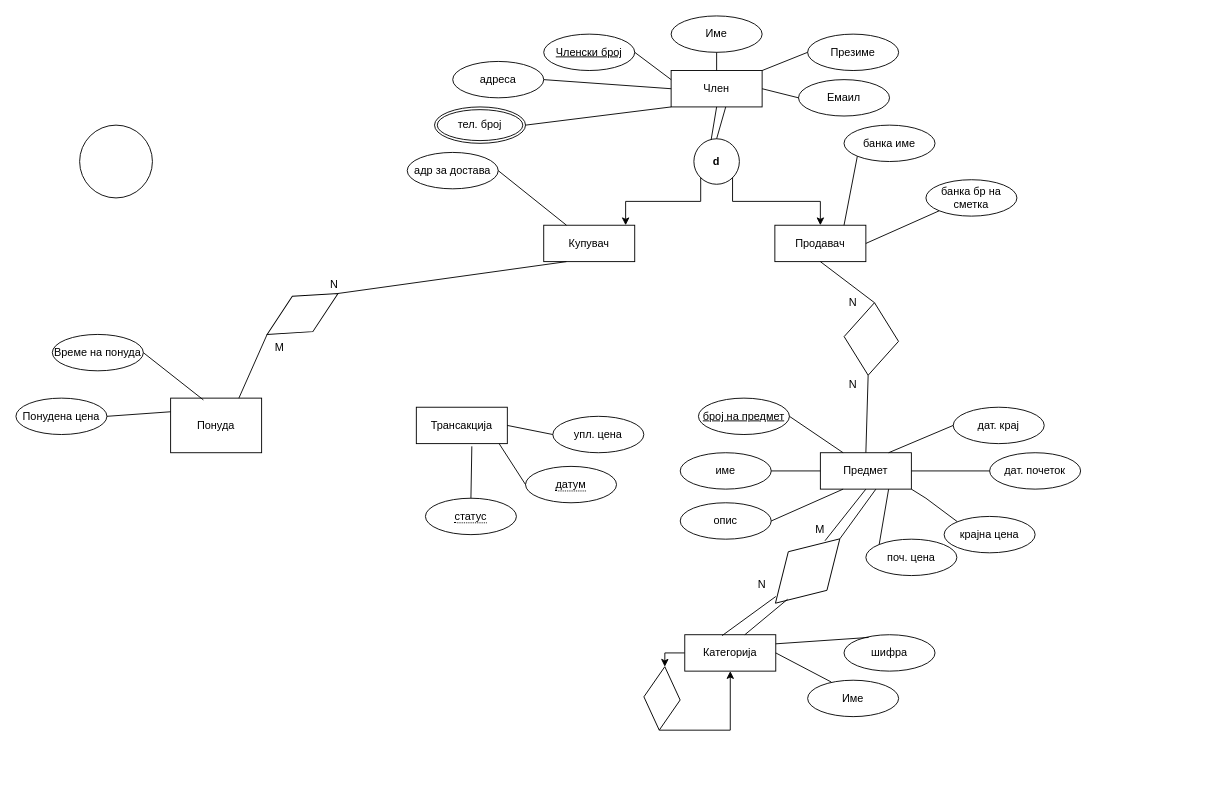
Earlier version of the draw.io diagram Untitled Diagram.drawio (drajver5siti/enterpriseleague-task). Source tidied: cells renumbered, new cells numbered last; positions are measured from the earlier drawing's top-left corner, leaving out a move shared by most shapes. Both pictures are drawn from the tidied source at 91%, with x=0, y=0 at pixel (15, 15).
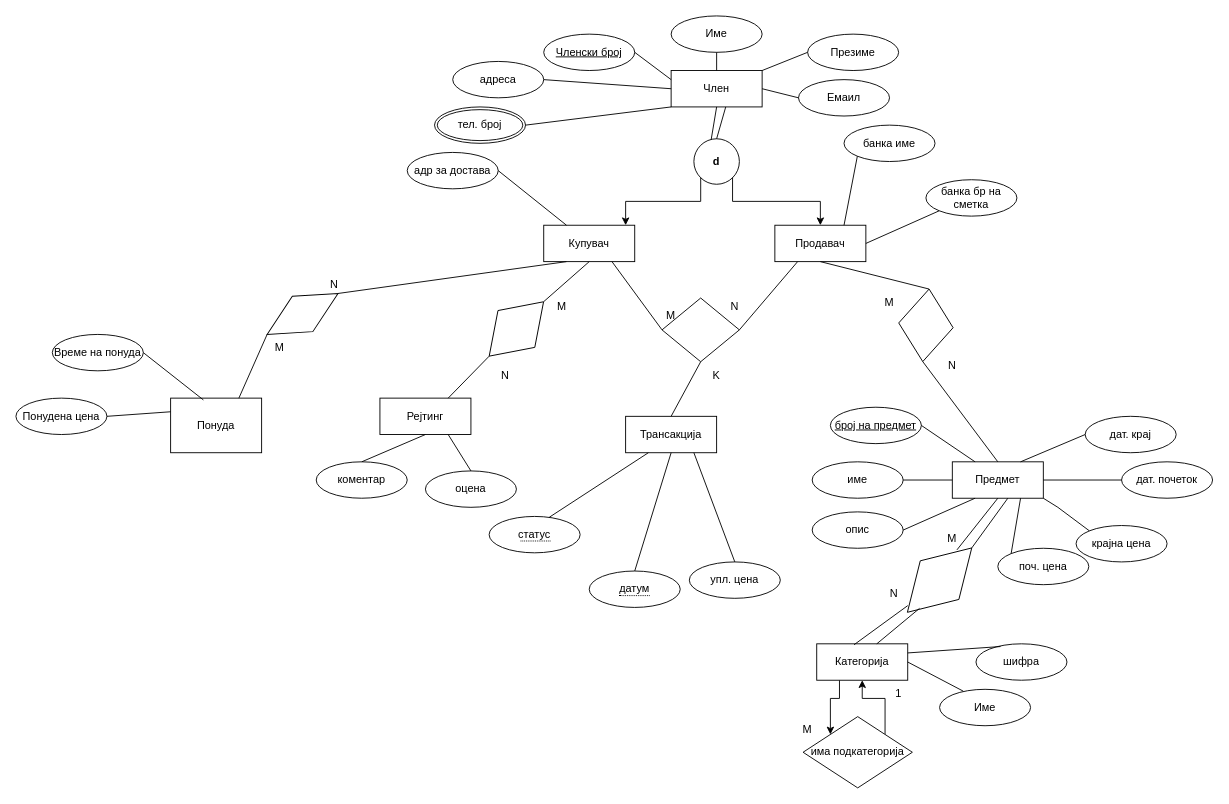
After the change.

The change refers to these unchanged cells:
```xml
<mxCell id="9" value="Купувач" style="whiteSpace=wrap;html=1;align=center;" parent="1" vertex="1">
  <mxGeometry x="580" y="230" width="100" height="40" as="geometry" />
</mxCell>
<mxCell id="10" value="Продавач" style="whiteSpace=wrap;html=1;align=center;" parent="1" vertex="1">
  <mxGeometry x="834" y="230" width="100" height="40" as="geometry" />
</mxCell>
```

Change to the diagram source:
```diff
@@
     <mxCell id="14" value="Предмет" style="whiteSpace=wrap;html=1;align=center;" parent="1" vertex="1">
-      <mxGeometry x="884" y="480" width="100" height="40" as="geometry" />
+      <mxGeometry x="1029" y="490" width="100" height="40" as="geometry" />
     </mxCell>
     <mxCell id="15" value="број на предмет" style="ellipse;whiteSpace=wrap;html=1;align=center;fontStyle=4;" parent="1" vertex="1">
-      <mxGeometry x="750" y="420" width="100" height="40" as="geometry" />
+      <mxGeometry x="895" y="430" width="100" height="40" as="geometry" />
     </mxCell>
     <mxCell id="16" value="име" style="ellipse;whiteSpace=wrap;html=1;align=center;" parent="1" vertex="1">
-      <mxGeometry x="730" y="480" width="100" height="40" as="geometry" />
+      <mxGeometry x="875" y="490" width="100" height="40" as="geometry" />
     </mxCell>
     <mxCell id="17" value="опис" style="ellipse;whiteSpace=wrap;html=1;align=center;" parent="1" vertex="1">
-      <mxGeometry x="730" y="535" width="100" height="40" as="geometry" />
+      <mxGeometry x="875" y="545" width="100" height="40" as="geometry" />
     </mxCell>
     <mxCell id="18" value="поч. цена" style="ellipse;whiteSpace=wrap;html=1;align=center;" parent="1" vertex="1">
-      <mxGeometry x="934" y="575" width="100" height="40" as="geometry" />
+      <mxGeometry x="1079" y="585" width="100" height="40" as="geometry" />
     </mxCell>
     <mxCell id="19" value="крајна цена" style="ellipse;whiteSpace=wrap;html=1;align=center;" parent="1" vertex="1">
-      <mxGeometry x="1020" y="550" width="100" height="40" as="geometry" />
+      <mxGeometry x="1165" y="560" width="100" height="40" as="geometry" />
     </mxCell>
     <mxCell id="20" value="дат. почеток" style="ellipse;whiteSpace=wrap;html=1;align=center;" parent="1" vertex="1">
-      <mxGeometry x="1070" y="480" width="100" height="40" as="geometry" />
+      <mxGeometry x="1215" y="490" width="100" height="40" as="geometry" />
     </mxCell>
     <mxCell id="21" value="дат. крај" style="ellipse;whiteSpace=wrap;html=1;align=center;" parent="1" vertex="1">
-      <mxGeometry x="1030" y="430" width="100" height="40" as="geometry" />
+      <mxGeometry x="1175" y="440" width="100" height="40" as="geometry" />
     </mxCell>
     <mxCell id="22" style="shape=rhombus;perimeter=rhombusPerimeter;whiteSpace=wrap;html=1;align=center;rotation=5;" parent="1" vertex="1">
-      <mxGeometry x="910" y="315" width="60" height="80" as="geometry" />
+      <mxGeometry x="970" y="300" width="60" height="80" as="geometry" />
     </mxCell>
-    <mxCell id="23" style="edgeStyle=orthogonalEdgeStyle;rounded=0;jettySize=auto;html=1;exitX=0;exitY=0.5;exitDx=0;exitDy=0;entryX=1;entryY=0.5;entryDx=0;entryDy=0;" parent="1" edge="1" source="24" target="74">
+    <mxCell id="23" style="edgeStyle=orthogonalEdgeStyle;rounded=0;jettySize=auto;html=1;exitX=0.25;exitY=1;exitDx=0;exitDy=0;entryX=0;entryY=0;entryDx=0;entryDy=0;" parent="1" edge="1" source="24" target="74">
       <mxGeometry relative="1" as="geometry" />
     </mxCell>
     <mxCell id="24" value="Категорија&lt;br&gt;" style="whiteSpace=wrap;html=1;align=center;" parent="1" vertex="1">
-      <mxGeometry x="735" y="680" width="100" height="40" as="geometry" />
+      <mxGeometry x="880" y="690" width="100" height="40" as="geometry" />
     </mxCell>
@@
     <mxCell id="30" value="N" style="text;html=1;strokeColor=none;fillColor=none;align=center;verticalAlign=middle;whiteSpace=wrap;rounded=0;" parent="1" vertex="1">
-      <mxGeometry x="890" y="390" width="60" height="30" as="geometry" />
+      <mxGeometry x="999" y="370" width="60" height="30" as="geometry" />
     </mxCell>
@@
-    <mxCell id="33" value="N" style="text;html=1;strokeColor=none;fillColor=none;align=center;verticalAlign=middle;whiteSpace=wrap;rounded=0;" parent="1" vertex="1">
-      <mxGeometry x="890" y="300" width="60" height="30" as="geometry" />
+    <mxCell id="33" value="M" style="text;html=1;strokeColor=none;fillColor=none;align=center;verticalAlign=middle;whiteSpace=wrap;rounded=0;" parent="1" vertex="1">
+      <mxGeometry x="930" y="300" width="60" height="30" as="geometry" />
     </mxCell>
@@
-    <mxCell id="36" style="ellipse;whiteSpace=wrap;html=1;" parent="1" vertex="1">
-      <mxGeometry x="70" y="120" width="80" height="80" as="geometry" />
-    </mxCell>
@@
     <mxCell id="57" style="endArrow=none;html=1;rounded=0;exitX=1;exitY=1;exitDx=0;exitDy=0;entryX=0;entryY=0;entryDx=0;entryDy=0;" parent="1" edge="1" source="14" target="19">
       <mxGeometry relative="1" as="geometry">
         <Array as="points">
-          <mxPoint x="1000" y="530" />
+          <mxPoint x="1145" y="540" />
         </Array>
       </mxGeometry>
     </mxCell>
@@
     <mxCell id="64" value="N" style="text;html=1;strokeColor=none;fillColor=none;align=center;verticalAlign=middle;whiteSpace=wrap;rounded=0;" parent="1" vertex="1">
-      <mxGeometry x="790" y="610" width="60" height="30" as="geometry" />
+      <mxGeometry x="935" y="620" width="60" height="30" as="geometry" />
     </mxCell>
     <mxCell id="65" value="M" style="text;html=1;strokeColor=none;fillColor=none;align=center;verticalAlign=middle;whiteSpace=wrap;rounded=0;" parent="1" vertex="1">
-      <mxGeometry x="854" y="550" width="60" height="30" as="geometry" />
+      <mxGeometry x="999" y="560" width="60" height="30" as="geometry" />
     </mxCell>
     <mxCell id="66" style="shape=rhombus;perimeter=rhombusPerimeter;whiteSpace=wrap;html=1;align=center;rotation=-45;" parent="1" vertex="1">
-      <mxGeometry x="820" y="580" width="100" height="60" as="geometry" />
+      <mxGeometry x="965" y="590" width="100" height="60" as="geometry" />
     </mxCell>
@@
     <mxCell id="69" value="шифра" style="ellipse;whiteSpace=wrap;html=1;align=center;" parent="1" vertex="1">
-      <mxGeometry x="910" y="680" width="100" height="40" as="geometry" />
+      <mxGeometry x="1055" y="690" width="100" height="40" as="geometry" />
     </mxCell>
@@
     <mxCell id="71" value="Име" style="ellipse;whiteSpace=wrap;html=1;align=center;" parent="1" vertex="1">
-      <mxGeometry x="870" y="730" width="100" height="40" as="geometry" />
+      <mxGeometry x="1015" y="740" width="100" height="40" as="geometry" />
     </mxCell>
@@
-    <mxCell id="73" style="edgeStyle=orthogonalEdgeStyle;rounded=0;jettySize=auto;html=1;exitX=0;exitY=0.5;exitDx=0;exitDy=0;entryX=0.5;entryY=1;entryDx=0;entryDy=0;" parent="1" edge="1" source="74" target="24">
+    <mxCell id="73" style="edgeStyle=orthogonalEdgeStyle;rounded=0;jettySize=auto;html=1;exitX=1;exitY=0;exitDx=0;exitDy=0;entryX=0.5;entryY=1;entryDx=0;entryDy=0;" parent="1" edge="1" source="74" target="24">
       <mxGeometry relative="1" as="geometry" />
     </mxCell>
-    <mxCell id="74" style="shape=rhombus;perimeter=rhombusPerimeter;whiteSpace=wrap;html=1;align=center;rotation=-85;" parent="1" vertex="1">
-      <mxGeometry x="675" y="730" width="70" height="40" as="geometry" />
+    <mxCell id="74" value="има подкатегорија" style="shape=rhombus;perimeter=rhombusPerimeter;whiteSpace=wrap;html=1;align=center;rotation=0;" parent="1" vertex="1">
+      <mxGeometry x="865" y="770" width="120.1" height="78.3" as="geometry" />
     </mxCell>
     <mxCell id="75" value="Трансакција" style="whiteSpace=wrap;html=1;align=center;" parent="1" vertex="1">
-      <mxGeometry x="440" y="430" width="100" height="40" as="geometry" />
+      <mxGeometry x="670" y="440" width="100" height="40" as="geometry" />
     </mxCell>
     <mxCell id="76" value="упл. цена" style="ellipse;whiteSpace=wrap;html=1;align=center;" parent="1" vertex="1">
-      <mxGeometry x="590" y="440" width="100" height="40" as="geometry" />
+      <mxGeometry x="740" y="600" width="100" height="40" as="geometry" />
     </mxCell>
-    <mxCell id="77" style="endArrow=none;html=1;rounded=0;entryX=0;entryY=0.5;entryDx=0;entryDy=0;exitX=1;exitY=0.5;exitDx=0;exitDy=0;" parent="1" edge="1" source="75" target="76">
+    <mxCell id="77" style="endArrow=none;html=1;rounded=0;entryX=0.5;entryY=0;entryDx=0;entryDy=0;exitX=0.75;exitY=1;exitDx=0;exitDy=0;" parent="1" edge="1" source="75" target="76">
       <mxGeometry relative="1" as="geometry" />
     </mxCell>
     <mxCell id="78" value="&lt;span style=&quot;border-bottom: 1px dotted&quot;&gt;датум&lt;/span&gt;" style="ellipse;whiteSpace=wrap;html=1;align=center;" parent="1" vertex="1">
-      <mxGeometry x="560" y="495" width="100" height="40" as="geometry" />
+      <mxGeometry x="630" y="610" width="100" height="40" as="geometry" />
     </mxCell>
-    <mxCell id="79" style="endArrow=none;html=1;rounded=0;entryX=0.91;entryY=1;entryDx=0;entryDy=0;entryPerimeter=0;exitX=0;exitY=0.5;exitDx=0;exitDy=0;" parent="1" edge="1" source="78" target="75">
+    <mxCell id="79" style="endArrow=none;html=1;rounded=0;entryX=0.5;entryY=1;entryDx=0;entryDy=0;exitX=0.5;exitY=0;exitDx=0;exitDy=0;" parent="1" edge="1" source="78" target="75">
       <mxGeometry relative="1" as="geometry" />
     </mxCell>
     <mxCell id="80" value="&lt;span style=&quot;border-bottom: 1px dotted&quot;&gt;статус&lt;/span&gt;" style="ellipse;whiteSpace=wrap;html=1;align=center;" parent="1" vertex="1">
-      <mxGeometry x="450" y="530" width="100" height="40" as="geometry" />
+      <mxGeometry x="520" y="550" width="100" height="40" as="geometry" />
     </mxCell>
-    <mxCell id="81" style="endArrow=none;html=1;rounded=0;entryX=0.61;entryY=1.075;entryDx=0;entryDy=0;entryPerimeter=0;exitX=0.5;exitY=0;exitDx=0;exitDy=0;" parent="1" edge="1" source="80" target="75">
+    <mxCell id="81" style="endArrow=none;html=1;rounded=0;entryX=0.25;entryY=1;entryDx=0;entryDy=0;exitX=0.66;exitY=0.025;exitDx=0;exitDy=0;exitPerimeter=0;" parent="1" edge="1" source="80" target="75">
       <mxGeometry relative="1" as="geometry" />
     </mxCell>
+    <mxCell id="82" style="shape=rhombus;perimeter=rhombusPerimeter;whiteSpace=wrap;html=1;align=center;" parent="1" vertex="1">
+      <mxGeometry x="710" y="310" width="85" height="70" as="geometry" />
+    </mxCell>
+    <mxCell id="83" style="endArrow=none;html=1;rounded=0;entryX=0.75;entryY=1;entryDx=0;entryDy=0;exitX=0;exitY=0.5;exitDx=0;exitDy=0;" parent="1" edge="1" source="82" target="9">
+      <mxGeometry relative="1" as="geometry" />
+    </mxCell>
+    <mxCell id="84" style="endArrow=none;html=1;rounded=0;entryX=0.25;entryY=1;entryDx=0;entryDy=0;exitX=1;exitY=0.5;exitDx=0;exitDy=0;startArrow=none;" parent="1" edge="1" source="82" target="10">
+      <mxGeometry relative="1" as="geometry" />
+    </mxCell>
+    <mxCell id="85" style="endArrow=none;html=1;rounded=0;exitX=0.5;exitY=0;exitDx=0;exitDy=0;entryX=0.5;entryY=1;entryDx=0;entryDy=0;" parent="1" edge="1" source="75" target="82">
+      <mxGeometry relative="1" as="geometry" />
+    </mxCell>
+    <mxCell id="86" value="M" style="text;html=1;strokeColor=none;fillColor=none;align=center;verticalAlign=middle;whiteSpace=wrap;rounded=0;" parent="1" vertex="1">
+      <mxGeometry x="690" y="315" width="60" height="30" as="geometry" />
+    </mxCell>
+    <mxCell id="87" value="N" style="text;html=1;strokeColor=none;fillColor=none;align=center;verticalAlign=middle;whiteSpace=wrap;rounded=0;" parent="1" vertex="1">
+      <mxGeometry x="760" y="305" width="60" height="30" as="geometry" />
+    </mxCell>
+    <mxCell id="88" value="K" style="text;html=1;strokeColor=none;fillColor=none;align=center;verticalAlign=middle;whiteSpace=wrap;rounded=0;" parent="1" vertex="1">
+      <mxGeometry x="740" y="380" width="60" height="30" as="geometry" />
+    </mxCell>
+    <mxCell id="89" value="Рејтинг" style="whiteSpace=wrap;html=1;align=center;" parent="1" vertex="1">
+      <mxGeometry x="400" y="420" width="100" height="40" as="geometry" />
+    </mxCell>
+    <mxCell id="90" value="коментар" style="ellipse;whiteSpace=wrap;html=1;align=center;" parent="1" vertex="1">
+      <mxGeometry x="330" y="490" width="100" height="40" as="geometry" />
+    </mxCell>
+    <mxCell id="91" style="endArrow=none;html=1;rounded=0;entryX=0.5;entryY=1;entryDx=0;entryDy=0;exitX=0.5;exitY=0;exitDx=0;exitDy=0;" parent="1" edge="1" source="90" target="89">
+      <mxGeometry relative="1" as="geometry" />
+    </mxCell>
+    <mxCell id="92" style="shape=rhombus;perimeter=rhombusPerimeter;whiteSpace=wrap;html=1;align=center;rotation=-45;" parent="1" vertex="1">
+      <mxGeometry x="507.7" y="315.4" width="84.5" height="57.2" as="geometry" />
+    </mxCell>
+    <mxCell id="93" style="endArrow=none;html=1;rounded=0;entryX=0.5;entryY=1;entryDx=0;entryDy=0;exitX=1;exitY=0.5;exitDx=0;exitDy=0;" parent="1" edge="1" source="92" target="9">
+      <mxGeometry relative="1" as="geometry" />
+    </mxCell>
+    <mxCell id="94" style="endArrow=none;html=1;rounded=0;entryX=0;entryY=0.5;entryDx=0;entryDy=0;exitX=0.75;exitY=0;exitDx=0;exitDy=0;" parent="1" edge="1" source="89" target="92">
+      <mxGeometry relative="1" as="geometry" />
+    </mxCell>
+    <mxCell id="95" value="M" style="text;html=1;strokeColor=none;fillColor=none;align=center;verticalAlign=middle;whiteSpace=wrap;rounded=0;" parent="1" vertex="1">
+      <mxGeometry x="570" y="305" width="60" height="30" as="geometry" />
+    </mxCell>
+    <mxCell id="96" value="N" style="text;html=1;strokeColor=none;fillColor=none;align=center;verticalAlign=middle;whiteSpace=wrap;rounded=0;" parent="1" vertex="1">
+      <mxGeometry x="507.7" y="380" width="60" height="30" as="geometry" />
+    </mxCell>
+    <mxCell id="97" value="оцена" style="ellipse;whiteSpace=wrap;html=1;align=center;" parent="1" vertex="1">
+      <mxGeometry x="450" y="500" width="100" height="40" as="geometry" />
+    </mxCell>
+    <mxCell id="98" style="endArrow=none;html=1;rounded=0;entryX=0.75;entryY=1;entryDx=0;entryDy=0;exitX=0.5;exitY=0;exitDx=0;exitDy=0;" parent="1" edge="1" source="97" target="89">
+      <mxGeometry relative="1" as="geometry" />
+    </mxCell>
+    <mxCell id="99" value="M" style="text;html=1;strokeColor=none;fillColor=none;align=center;verticalAlign=middle;whiteSpace=wrap;rounded=0;" parent="1" vertex="1">
+      <mxGeometry x="840" y="770" width="60" height="30" as="geometry" />
+    </mxCell>
+    <mxCell id="100" value="1" style="text;html=1;strokeColor=none;fillColor=none;align=center;verticalAlign=middle;whiteSpace=wrap;rounded=0;" parent="1" vertex="1">
+      <mxGeometry x="940" y="730" width="60" height="30" as="geometry" />
+    </mxCell>
```
